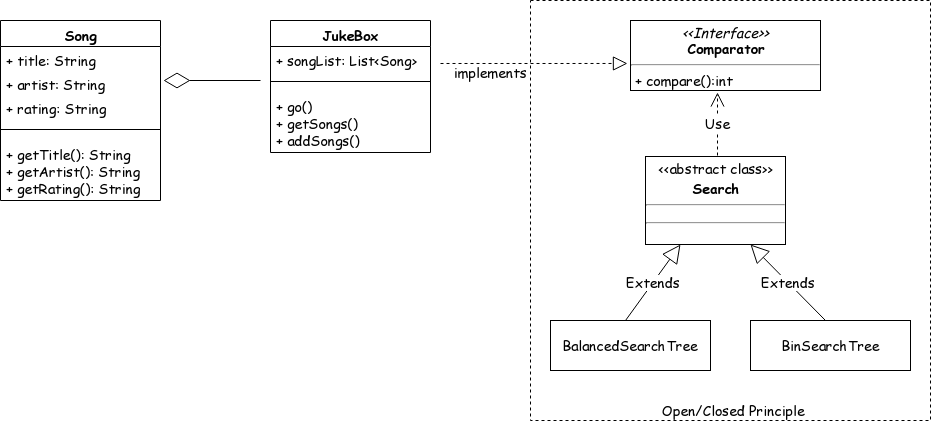
Earlier version of the draw.io export media/crawler/opencloseprinciple.png (rihenperry/csuci-mscs-thesis-dist-web-crawler). Source tidied: cells renumbered, new cells last; positions are measured from the earlier drawing's top-left corner, leaving out a move shared by most shapes.
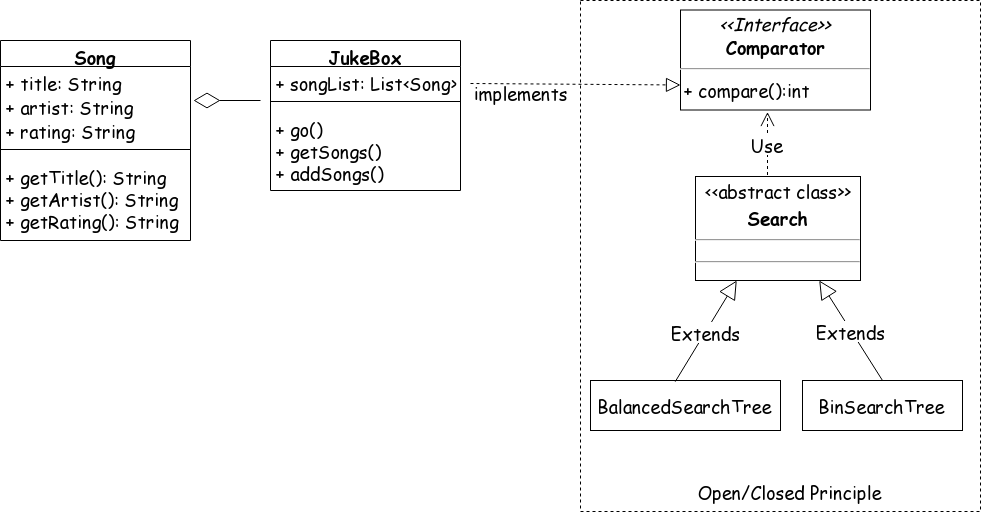
After the commit.

Change to the diagram source:
```diff
@@ -2,83 +2,79 @@
   <root>
     <mxCell id="0" />
     <mxCell id="1" parent="0" />
-    <mxCell id="2" value="Song" style="swimlane;fontStyle=1;align=center;verticalAlign=top;horizontal=1;startSize=26;fontFamily=Comic Sans MS;fontSize=14;" parent="1" vertex="1">
-      <mxGeometry y="20" width="160" height="180" as="geometry" />
+    <mxCell id="2" value="Song" style="swimlane;fontStyle=1;align=center;verticalAlign=top;horizontal=1;startSize=26;fontFamily=Comic Sans MS;fontSize=18;" parent="1" vertex="1">
+      <mxGeometry x="-30" y="20" width="190" height="200" as="geometry" />
     </mxCell>
-    <mxCell id="3" value="+ title: String" style="text;strokeColor=none;fillColor=none;align=left;verticalAlign=top;spacingLeft=4;spacingRight=4;overflow=hidden;direction=south;fontFamily=Comic Sans MS;fontSize=14;" parent="2" vertex="1">
-      <mxGeometry y="26" width="160" height="24" as="geometry" />
+    <mxCell id="3" value="+ title: String" style="text;strokeColor=none;fillColor=none;align=left;verticalAlign=top;spacingLeft=4;spacingRight=4;overflow=hidden;direction=south;fontFamily=Comic Sans MS;fontSize=18;" parent="2" vertex="1">
+      <mxGeometry y="26" width="190" height="24" as="geometry" />
     </mxCell>
-    <mxCell id="4" value="+ artist: String" style="text;strokeColor=none;fillColor=none;align=left;verticalAlign=top;spacingLeft=4;spacingRight=4;overflow=hidden;direction=south;fontFamily=Comic Sans MS;fontSize=14;" parent="2" vertex="1">
-      <mxGeometry y="50" width="160" height="24" as="geometry" />
+    <mxCell id="4" value="+ artist: String" style="text;strokeColor=none;fillColor=none;align=left;verticalAlign=top;spacingLeft=4;spacingRight=4;overflow=hidden;direction=south;fontFamily=Comic Sans MS;fontSize=18;" parent="2" vertex="1">
+      <mxGeometry y="50" width="190" height="24" as="geometry" />
     </mxCell>
-    <mxCell id="5" value="+ rating: String" style="text;strokeColor=none;fillColor=none;align=left;verticalAlign=top;spacingLeft=4;spacingRight=4;overflow=hidden;direction=south;fontFamily=Comic Sans MS;fontSize=14;" parent="2" vertex="1">
-      <mxGeometry y="74" width="160" height="24" as="geometry" />
+    <mxCell id="5" value="+ rating: String" style="text;strokeColor=none;fillColor=none;align=left;verticalAlign=top;spacingLeft=4;spacingRight=4;overflow=hidden;direction=south;fontFamily=Comic Sans MS;fontSize=18;" parent="2" vertex="1">
+      <mxGeometry y="74" width="190" height="24" as="geometry" />
     </mxCell>
-    <mxCell id="6" style="line;strokeWidth=1;fillColor=none;align=left;verticalAlign=middle;spacingTop=-1;spacingLeft=3;spacingRight=3;labelPosition=right;fontSize=14;" parent="2" vertex="1">
-      <mxGeometry y="98" width="160" height="22" as="geometry" />
+    <mxCell id="6" style="line;strokeWidth=1;fillColor=none;align=left;verticalAlign=middle;spacingTop=-1;spacingLeft=3;spacingRight=3;labelPosition=right;fontSize=18;" parent="2" vertex="1">
+      <mxGeometry y="98" width="190" height="22" as="geometry" />
     </mxCell>
-    <mxCell id="7" value="+ getTitle(): String&#10;+ getArtist(): String&#10;+ getRating(): String&#10;" style="text;strokeColor=none;fillColor=none;align=left;verticalAlign=top;spacingLeft=4;spacingRight=4;overflow=hidden;fontFamily=Comic Sans MS;fontSize=14;" parent="2" vertex="1">
-      <mxGeometry y="120" width="160" height="60" as="geometry" />
+    <mxCell id="7" value="+ getTitle(): String&#10;+ getArtist(): String&#10;+ getRating(): String&#10;" style="text;strokeColor=none;fillColor=none;align=left;verticalAlign=top;spacingLeft=4;spacingRight=4;overflow=hidden;fontFamily=Comic Sans MS;fontSize=18;" parent="2" vertex="1">
+      <mxGeometry y="120" width="190" height="80" as="geometry" />
     </mxCell>
-    <mxCell id="8" value="JukeBox" style="swimlane;fontStyle=1;align=center;verticalAlign=top;horizontal=1;startSize=26;fontFamily=Comic Sans MS;fontSize=14;" parent="1" vertex="1">
-      <mxGeometry x="270" y="20" width="160" height="132" as="geometry" />
+    <mxCell id="8" value="JukeBox" style="swimlane;fontStyle=1;align=center;verticalAlign=top;horizontal=1;startSize=26;fontFamily=Comic Sans MS;fontSize=18;" parent="1" vertex="1">
+      <mxGeometry x="240" y="20" width="190" height="150" as="geometry" />
     </mxCell>
-    <mxCell id="9" value="+ songList: List&lt;Song&gt;" style="text;strokeColor=none;fillColor=none;align=left;verticalAlign=top;spacingLeft=4;spacingRight=4;overflow=hidden;direction=south;fontFamily=Comic Sans MS;fontSize=14;" parent="8" vertex="1">
-      <mxGeometry y="26" width="160" height="24" as="geometry" />
+    <mxCell id="9" value="+ songList: List&lt;Song&gt;" style="text;strokeColor=none;fillColor=none;align=left;verticalAlign=top;spacingLeft=4;spacingRight=4;overflow=hidden;direction=south;fontFamily=Comic Sans MS;fontSize=18;" parent="8" vertex="1">
+      <mxGeometry y="26" width="190" height="24" as="geometry" />
     </mxCell>
-    <mxCell id="10" style="line;strokeWidth=1;fillColor=none;align=left;verticalAlign=middle;spacingTop=-1;spacingLeft=3;spacingRight=3;labelPosition=right;fontSize=14;" parent="8" vertex="1">
-      <mxGeometry y="50" width="160" height="22" as="geometry" />
+    <mxCell id="10" style="line;strokeWidth=1;fillColor=none;align=left;verticalAlign=middle;spacingTop=-1;spacingLeft=3;spacingRight=3;labelPosition=right;fontSize=18;" parent="8" vertex="1">
+      <mxGeometry y="50" width="190" height="22" as="geometry" />
     </mxCell>
-    <mxCell id="11" value="+ go()&#10;+ getSongs()&#10;+ addSongs()" style="text;strokeColor=none;fillColor=none;align=left;verticalAlign=top;spacingLeft=4;spacingRight=4;overflow=hidden;fontFamily=Comic Sans MS;fontSize=14;" parent="8" vertex="1">
-      <mxGeometry y="72" width="160" height="60" as="geometry" />
+    <mxCell id="11" value="+ go()&#10;+ getSongs()&#10;+ addSongs()" style="text;strokeColor=none;fillColor=none;align=left;verticalAlign=top;spacingLeft=4;spacingRight=4;overflow=hidden;fontFamily=Comic Sans MS;fontSize=18;" parent="8" vertex="1">
+      <mxGeometry y="72" width="190" height="78" as="geometry" />
     </mxCell>
-    <mxCell id="12" style="endArrow=diamondThin;endFill=0;endSize=24;html=1;fontFamily=Comic Sans MS;fontSize=14;" parent="1" edge="1">
+    <mxCell id="12" style="endArrow=diamondThin;endFill=0;endSize=24;html=1;fontFamily=Comic Sans MS;fontSize=18;" parent="1" edge="1">
       <mxGeometry relative="1" as="geometry">
-        <mxPoint x="260" y="80" as="sourcePoint" />
+        <mxPoint x="230" y="80" as="sourcePoint" />
         <mxPoint x="163" y="80" as="targetPoint" />
       </mxGeometry>
     </mxCell>
-    <mxCell id="13" value="&lt;p style=&quot;margin: 4px 0px 0px; text-align: center; font-size: 14px;&quot;&gt;&lt;font face=&quot;Comic Sans MS&quot; style=&quot;font-size: 14px;&quot;&gt;&lt;i style=&quot;font-size: 14px;&quot;&gt;&amp;lt;&amp;lt;Interface&amp;gt;&amp;gt;&lt;/i&gt;&lt;br style=&quot;font-size: 14px;&quot;&gt;&lt;b style=&quot;font-size: 14px;&quot;&gt;Comparator&lt;/b&gt;&lt;/font&gt;&lt;/p&gt;&lt;hr style=&quot;font-size: 14px;&quot;&gt;&lt;p style=&quot;margin: 0px 0px 0px 4px; font-size: 14px;&quot;&gt;&lt;/p&gt;&lt;p style=&quot;margin: 0px 0px 0px 4px; font-size: 14px;&quot;&gt;&lt;font face=&quot;Comic Sans MS&quot; style=&quot;font-size: 14px;&quot;&gt;+ compare():int&lt;/font&gt;&lt;/p&gt;" style="verticalAlign=top;align=left;overflow=fill;fontSize=14;fontFamily=Helvetica;html=1;" parent="1" vertex="1">
-      <mxGeometry x="630" y="20" width="190" height="70" as="geometry" />
+    <mxCell id="13" value="&lt;p style=&quot;margin: 4px 0px 0px; text-align: center; font-size: 18px;&quot;&gt;&lt;font face=&quot;Comic Sans MS&quot; style=&quot;font-size: 18px;&quot;&gt;&lt;i style=&quot;font-size: 18px;&quot;&gt;&amp;lt;&amp;lt;Interface&amp;gt;&amp;gt;&lt;/i&gt;&lt;br style=&quot;font-size: 18px;&quot;&gt;&lt;b style=&quot;font-size: 18px;&quot;&gt;Comparator&lt;/b&gt;&lt;/font&gt;&lt;/p&gt;&lt;hr style=&quot;font-size: 18px;&quot;&gt;&lt;p style=&quot;margin: 0px 0px 0px 4px; font-size: 18px;&quot;&gt;&lt;/p&gt;&lt;p style=&quot;margin: 0px 0px 0px 4px; font-size: 18px;&quot;&gt;&lt;font face=&quot;Comic Sans MS&quot; style=&quot;font-size: 18px;&quot;&gt;+ compare():int&lt;/font&gt;&lt;/p&gt;" style="verticalAlign=top;align=left;overflow=fill;fontSize=18;fontFamily=Helvetica;html=1;" parent="1" vertex="1">
+      <mxGeometry x="650" y="-10.5" width="190" height="100" as="geometry" />
     </mxCell>
-    <mxCell id="14" style="rounded=0;whiteSpace=wrap;html=1;fontFamily=Comic Sans MS;dashed=1;fillColor=none;fontSize=14;" parent="1" vertex="1">
-      <mxGeometry x="530" width="400" height="420" as="geometry" />
+    <mxCell id="14" style="rounded=0;whiteSpace=wrap;html=1;fontFamily=Comic Sans MS;dashed=1;fillColor=none;fontSize=18;" parent="1" vertex="1">
+      <mxGeometry x="550" y="-20" width="400" height="511" as="geometry" />
     </mxCell>
-    <mxCell id="15" value="&lt;p style=&quot;margin: 4px 0px 0px; text-align: center; font-size: 14px;&quot;&gt;&lt;font face=&quot;Comic Sans MS&quot; style=&quot;font-size: 14px;&quot;&gt;&amp;lt;&amp;lt;abstract class&amp;gt;&amp;gt;&lt;/font&gt;&lt;/p&gt;&lt;p style=&quot;margin: 4px 0px 0px; text-align: center; font-size: 14px;&quot;&gt;&lt;b style=&quot;font-size: 14px;&quot;&gt;&lt;font face=&quot;Comic Sans MS&quot; style=&quot;font-size: 14px;&quot;&gt;Search&lt;/font&gt;&lt;/b&gt;&lt;/p&gt;&lt;hr style=&quot;font-size: 14px;&quot;&gt;&lt;div style=&quot;height: 2px; font-size: 14px;&quot;&gt;&lt;/div&gt;&lt;hr style=&quot;font-size: 14px;&quot;&gt;&lt;div style=&quot;height: 2px; font-size: 14px;&quot;&gt;&lt;/div&gt;" style="verticalAlign=top;align=left;overflow=fill;fontSize=14;fontFamily=Helvetica;html=1;gradientColor=none;strokeColor=#000000;" parent="1" vertex="1">
-      <mxGeometry x="645" y="156" width="140" height="88" as="geometry" />
+    <mxCell id="15" value="&lt;p style=&quot;margin: 4px 0px 0px; text-align: center; font-size: 18px;&quot;&gt;&lt;font face=&quot;Comic Sans MS&quot; style=&quot;font-size: 18px;&quot;&gt;&amp;lt;&amp;lt;abstract class&amp;gt;&amp;gt;&lt;/font&gt;&lt;/p&gt;&lt;p style=&quot;margin: 4px 0px 0px; text-align: center; font-size: 18px;&quot;&gt;&lt;b style=&quot;font-size: 18px;&quot;&gt;&lt;font face=&quot;Comic Sans MS&quot; style=&quot;font-size: 18px;&quot;&gt;Search&lt;/font&gt;&lt;/b&gt;&lt;/p&gt;&lt;hr style=&quot;font-size: 18px;&quot;&gt;&lt;div style=&quot;height: 2px; font-size: 18px;&quot;&gt;&lt;/div&gt;&lt;hr style=&quot;font-size: 18px;&quot;&gt;&lt;div style=&quot;height: 2px; font-size: 18px;&quot;&gt;&lt;/div&gt;" style="verticalAlign=top;align=left;overflow=fill;fontSize=18;fontFamily=Helvetica;html=1;gradientColor=none;strokeColor=#000000;" parent="1" vertex="1">
+      <mxGeometry x="665" y="156" width="165" height="104" as="geometry" />
     </mxCell>
-    <mxCell id="16" value="BalancedSearchTree" style="html=1;strokeColor=#000000;gradientColor=none;fontFamily=Comic Sans MS;fontSize=14;" parent="1" vertex="1">
-      <mxGeometry x="550" y="320" width="160" height="50" as="geometry" />
+    <mxCell id="16" value="BalancedSearchTree" style="html=1;strokeColor=#000000;gradientColor=none;fontFamily=Comic Sans MS;fontSize=18;" parent="1" vertex="1">
+      <mxGeometry x="560" y="360" width="190" height="50" as="geometry" />
     </mxCell>
-    <mxCell id="17" value="BinSearchTree" style="html=1;strokeColor=#000000;gradientColor=none;fontFamily=Comic Sans MS;fontSize=14;" parent="1" vertex="1">
-      <mxGeometry x="750" y="320" width="160" height="50" as="geometry" />
+    <mxCell id="17" value="BinSearchTree" style="html=1;strokeColor=#000000;gradientColor=none;fontFamily=Comic Sans MS;fontSize=18;" parent="1" vertex="1">
+      <mxGeometry x="772" y="360" width="160" height="50" as="geometry" />
     </mxCell>
-    <mxCell id="18" style="endArrow=block;dashed=1;endFill=0;endSize=12;html=1;fontFamily=Comic Sans MS;entryX=-0.016;entryY=0.614;entryDx=0;entryDy=0;entryPerimeter=0;fontSize=14;" parent="1" edge="1" target="13">
+    <mxCell id="18" style="endArrow=block;dashed=1;endFill=0;endSize=12;html=1;fontFamily=Comic Sans MS;entryX=0;entryY=0.75;entryDx=0;entryDy=0;fontSize=18;" parent="1" edge="1" target="13">
       <mxGeometry relative="1" as="geometry">
         <mxPoint x="440" y="63" as="sourcePoint" />
       </mxGeometry>
     </mxCell>
-    <mxCell id="19" value="Extends" style="endArrow=block;endSize=16;endFill=0;html=1;fontFamily=Comic Sans MS;entryX=0.75;entryY=1;entryDx=0;entryDy=0;exitX=0.5;exitY=0;exitDx=0;exitDy=0;fontSize=14;" parent="1" edge="1" target="15">
-      <mxGeometry relative="1" as="geometry">
-        <mxPoint x="825" y="320" as="sourcePoint" />
-      </mxGeometry>
+    <mxCell id="19" value="Extends" style="endArrow=block;endSize=16;endFill=0;html=1;fontFamily=Comic Sans MS;entryX=0.75;entryY=1;entryDx=0;entryDy=0;exitX=0.5;exitY=0;exitDx=0;exitDy=0;fontSize=18;" parent="1" edge="1" source="17" target="15">
+      <mxGeometry relative="1" as="geometry" />
     </mxCell>
-    <mxCell id="20" value="Extends" style="endArrow=block;endSize=16;endFill=0;html=1;fontFamily=Comic Sans MS;entryX=0.25;entryY=1;entryDx=0;entryDy=0;fontSize=14;" parent="1" edge="1" target="15">
-      <mxGeometry relative="1" as="geometry">
-        <mxPoint x="625" y="320" as="sourcePoint" />
-      </mxGeometry>
+    <mxCell id="20" value="Extends" style="endArrow=block;endSize=16;endFill=0;html=1;fontFamily=Comic Sans MS;entryX=0.25;entryY=1;entryDx=0;entryDy=0;fontSize=18;exitX=0.446;exitY=0.023;exitDx=0;exitDy=0;exitPerimeter=0;" parent="1" edge="1" source="16" target="15">
+      <mxGeometry relative="1" as="geometry" />
     </mxCell>
-    <mxCell id="21" value="Use" style="endArrow=open;endSize=12;dashed=1;html=1;fontFamily=Comic Sans MS;fontSize=14;" parent="1" edge="1">
+    <mxCell id="21" value="Use" style="endArrow=open;endSize=12;dashed=1;html=1;fontFamily=Comic Sans MS;fontSize=18;" parent="1" edge="1">
       <mxGeometry relative="1" as="geometry">
-        <mxPoint x="717" y="155" as="sourcePoint" />
-        <mxPoint x="717" y="92" as="targetPoint" />
+        <mxPoint x="737" y="154.5" as="sourcePoint" />
+        <mxPoint x="737" y="91.5" as="targetPoint" />
       </mxGeometry>
     </mxCell>
-    <mxCell id="22" value="implements" style="text;html=1;strokeColor=none;fillColor=none;align=center;verticalAlign=middle;whiteSpace=wrap;rounded=0;fontFamily=Comic Sans MS;fontStyle=0;fontSize=14;fontColor=#000000;" parent="1" vertex="1">
+    <mxCell id="22" value="implements" style="text;html=1;strokeColor=none;fillColor=none;align=center;verticalAlign=middle;whiteSpace=wrap;rounded=0;fontFamily=Comic Sans MS;fontStyle=0;fontSize=18;fontColor=#000000;" parent="1" vertex="1">
       <mxGeometry x="470" y="62" width="40" height="20" as="geometry" />
     </mxCell>
-    <mxCell id="23" value="Open/Closed Principle" style="text;html=1;strokeColor=none;fillColor=none;align=center;verticalAlign=middle;whiteSpace=wrap;rounded=0;fontFamily=Comic Sans MS;fontSize=14;fontColor=#000000;" parent="1" vertex="1">
-      <mxGeometry x="653" y="400" width="158" height="20" as="geometry" />
+    <mxCell id="23" value="Open/Closed Principle" style="text;html=1;strokeColor=none;fillColor=none;align=center;verticalAlign=middle;whiteSpace=wrap;rounded=0;fontFamily=Comic Sans MS;fontSize=18;fontColor=#000000;" parent="1" vertex="1">
+      <mxGeometry x="665" y="460" width="187" height="20" as="geometry" />
     </mxCell>
   </root>
 </mxGraphModel>
```
